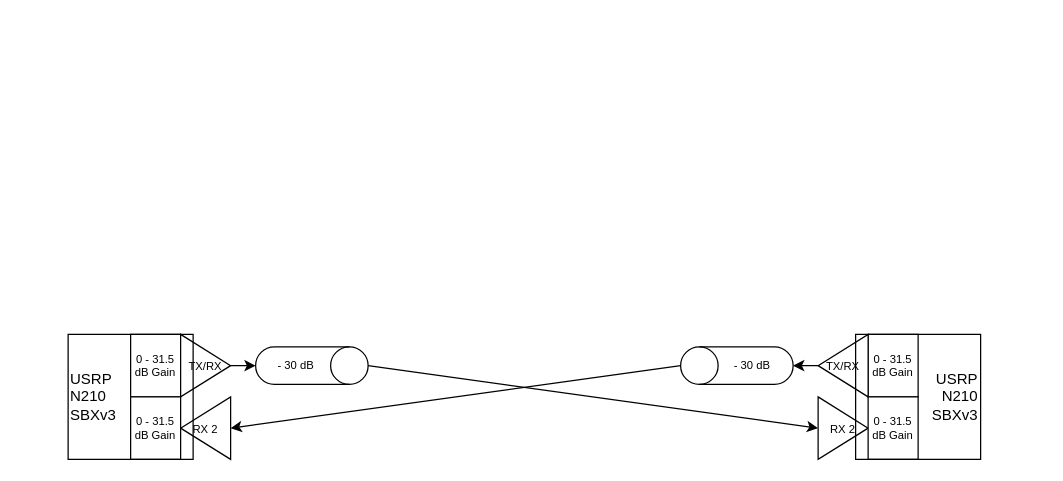
Above: page "Simplest" (1 of 2) of Hardware.drawio in mrjacobs55/RadarDemo (draw.io), before the change. Source tidied: cells renumbered, new cells numbered last; positions are measured from the earlier drawing's top-left corner, leaving out a move shared by most shapes. Both pictures are drawn from the tidied source at 125%, with x=0, y=0 at pixel (68, 334).
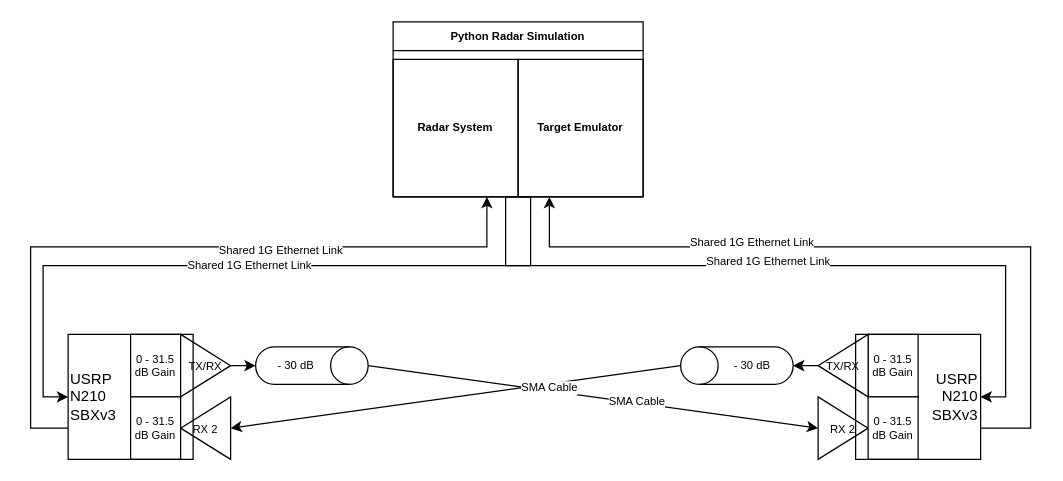
The same diagram, later.

The change refers to these unchanged cells:
```xml
<mxCell id="7" value="&lt;div align=&quot;left&quot;&gt;USRP&lt;/div&gt;&lt;div align=&quot;left&quot;&gt;N210&lt;/div&gt;&lt;div align=&quot;left&quot;&gt;SBXv3&lt;br&gt;&lt;/div&gt;" style="whiteSpace=wrap;html=1;fillColor=none;align=left;" parent="2" vertex="1">
  <mxGeometry width="100" height="100" as="geometry" />
</mxCell>
<mxCell id="13" value="&lt;div&gt;USRP&lt;/div&gt;&lt;div&gt;N210&lt;/div&gt;&lt;div&gt;SBXv3&lt;br&gt;&lt;/div&gt;" style="whiteSpace=wrap;html=1;fillColor=none;align=right;rotation=0;" parent="8" vertex="1">
  <mxGeometry x="30" width="100" height="100" as="geometry" />
</mxCell>
<mxCell id="14" style="edgeStyle=none;rounded=0;jettySize=auto;html=1;exitX=0.5;exitY=0;exitDx=0;exitDy=0;exitPerimeter=0;entryX=0;entryY=0.5;entryDx=0;entryDy=0;fontSize=9;" parent="1" edge="1" source="15" target="11">
  <mxGeometry relative="1" as="geometry" />
</mxCell>
<mxCell id="16" style="edgeStyle=none;rounded=0;jettySize=auto;html=1;exitX=0.5;exitY=0;exitDx=0;exitDy=0;exitPerimeter=0;entryX=0;entryY=0.5;entryDx=0;entryDy=0;fontSize=9;" parent="1" edge="1" source="17" target="5">
  <mxGeometry relative="1" as="geometry" />
</mxCell>
```

The edit, as a diff of the source:
```diff
@@
+    <mxCell id="20" value="SMA Cable" style="edgeLabel;html=1;align=center;verticalAlign=middle;fontSize=9;" parent="14" vertex="1">
+      <mxGeometry x="0.19" y="1" relative="1" as="geometry" />
+    </mxCell>
@@
+    <mxCell id="21" value="SMA Cable" style="edgeLabel;html=1;align=center;verticalAlign=middle;fontSize=9;" parent="16" vertex="1">
+      <mxGeometry x="-0.41" y="3" relative="1" as="geometry" />
+    </mxCell>
@@
+    <mxCell id="22" value="Python Radar Simulation" style="swimlane;whiteSpace=wrap;html=1;strokeWidth=1;fontSize=9;fillColor=none;" parent="1" vertex="1">
+      <mxGeometry x="260" y="-250" width="200" height="140" as="geometry" />
+    </mxCell>
+    <mxCell id="23" value="Radar System" style="swimlane;whiteSpace=wrap;html=1;strokeWidth=1;fontSize=9;fillColor=none;startSize=200;" parent="22" vertex="1">
+      <mxGeometry y="30" width="100" height="110" as="geometry" />
+    </mxCell>
+    <mxCell id="24" value="Target Emulator" style="swimlane;whiteSpace=wrap;html=1;strokeWidth=1;fontSize=9;fillColor=none;startSize=200;" parent="22" vertex="1">
+      <mxGeometry x="100" y="30" width="100" height="110" as="geometry" />
+    </mxCell>
+    <mxCell id="25" style="edgeStyle=orthogonalEdgeStyle;rounded=0;jettySize=auto;html=1;exitX=0;exitY=1;exitDx=0;exitDy=0;entryX=1;entryY=0.5;entryDx=0;entryDy=0;fontSize=9;" parent="1" edge="1" source="24" target="13">
+      <mxGeometry relative="1" as="geometry">
+        <Array as="points">
+          <mxPoint x="350" y="-110" />
+          <mxPoint x="350" y="-55" />
+          <mxPoint x="750" y="-55" />
+          <mxPoint x="750" y="50" />
+        </Array>
+      </mxGeometry>
+    </mxCell>
+    <mxCell id="26" value="Shared 1G Ethernet Link" style="edgeLabel;html=1;align=center;verticalAlign=middle;fontSize=9;" parent="25" vertex="1">
+      <mxGeometry x="-0.07" y="4" relative="1" as="geometry" />
+    </mxCell>
+    <mxCell id="27" value="Shared 1G Ethernet Link" style="edgeStyle=orthogonalEdgeStyle;rounded=0;jettySize=auto;html=1;exitX=1;exitY=1;exitDx=0;exitDy=0;entryX=0;entryY=0.5;entryDx=0;entryDy=0;fontSize=9;" parent="1" edge="1" source="23" target="7">
+      <mxGeometry relative="1" as="geometry">
+        <Array as="points">
+          <mxPoint x="370" y="-110" />
+          <mxPoint x="370" y="-55" />
+          <mxPoint x="-20" y="-55" />
+          <mxPoint x="-20" y="50" />
+        </Array>
+      </mxGeometry>
+    </mxCell>
+    <mxCell id="28" style="edgeStyle=orthogonalEdgeStyle;rounded=0;jettySize=auto;html=1;exitX=0;exitY=0.75;exitDx=0;exitDy=0;entryX=0.75;entryY=1;entryDx=0;entryDy=0;fontSize=9;" parent="1" edge="1" source="7" target="23">
+      <mxGeometry relative="1" as="geometry">
+        <Array as="points">
+          <mxPoint x="-30" y="75" />
+          <mxPoint x="-30" y="-70" />
+          <mxPoint x="335" y="-70" />
+        </Array>
+      </mxGeometry>
+    </mxCell>
+    <mxCell id="29" value="Shared 1G Ethernet Link" style="edgeLabel;html=1;align=center;verticalAlign=middle;fontSize=9;" parent="28" vertex="1">
+      <mxGeometry x="0.29" y="-2" relative="1" as="geometry" />
+    </mxCell>
+    <mxCell id="30" style="edgeStyle=orthogonalEdgeStyle;rounded=0;jettySize=auto;html=1;exitX=1;exitY=0.75;exitDx=0;exitDy=0;entryX=0.25;entryY=1;entryDx=0;entryDy=0;fontSize=9;" parent="1" edge="1" source="13" target="24">
+      <mxGeometry relative="1" as="geometry">
+        <Array as="points">
+          <mxPoint x="770" y="75" />
+          <mxPoint x="770" y="-70" />
+          <mxPoint x="385" y="-70" />
+        </Array>
+      </mxGeometry>
+    </mxCell>
+    <mxCell id="31" value="Shared 1G Ethernet Link" style="edgeLabel;html=1;align=center;verticalAlign=middle;fontSize=9;" parent="30" vertex="1">
+      <mxGeometry x="0.34" y="-4" relative="1" as="geometry" />
+    </mxCell>
```
